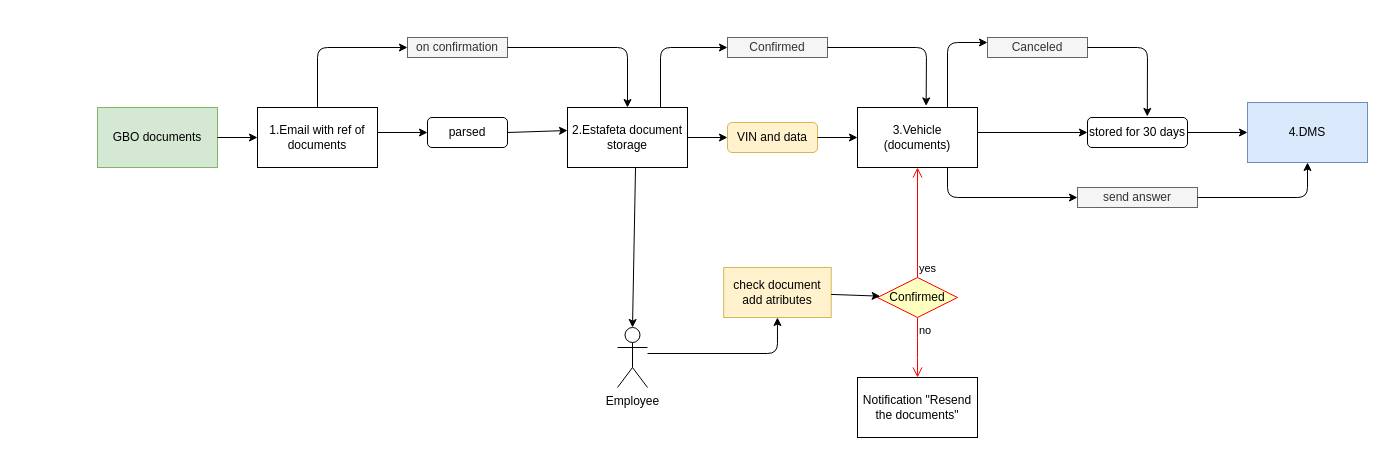
annastazi02/diagrams keeps this draw.io diagram as GBO.drawio. Above is the earlier version. Source tidied: cells renumbered, new cells numbered last; positions are measured from the earlier drawing's top-left corner, leaving out a move shared by most shapes. Both pictures are drawn from the tidied source at 100%, with x=0, y=0 at pixel (97, 37).
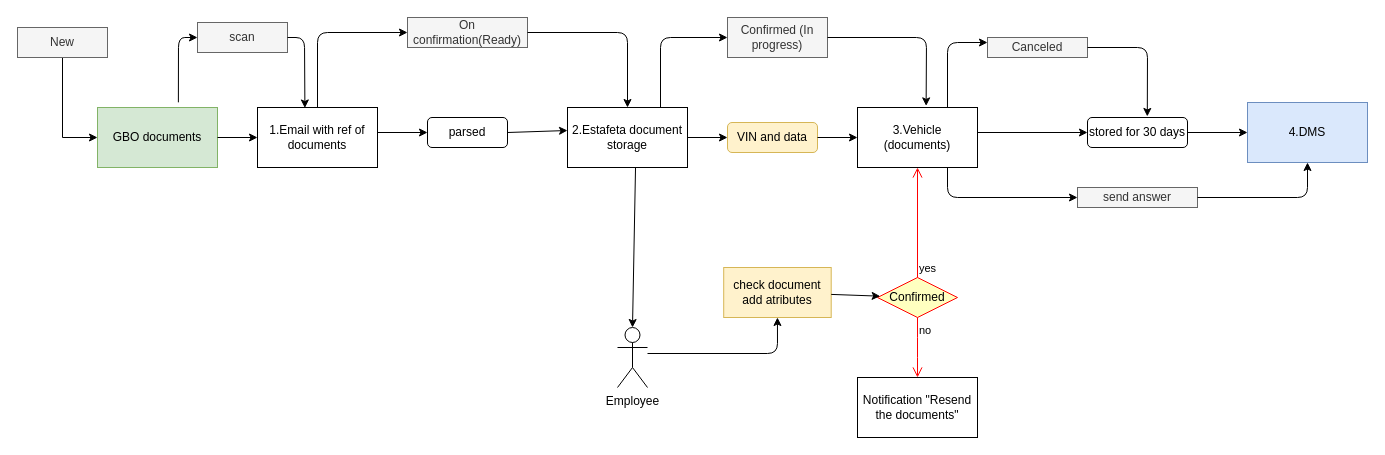
After the change.

Unchanged cells that the change refers to:
```xml
<mxCell id="2" value="GBO documents" style="rounded=0;whiteSpace=wrap;html=1;fillColor=#d5e8d4;strokeColor=#82b366;" parent="1" vertex="1">
  <mxGeometry y="70" width="120" height="60" as="geometry" />
</mxCell>
<mxCell id="3" value="1.Email with ref of documents" style="rounded=0;whiteSpace=wrap;html=1;" parent="1" vertex="1">
  <mxGeometry x="160" y="70" width="120" height="60" as="geometry" />
</mxCell>
<mxCell id="4" value="2.Estafeta document storage" style="rounded=0;whiteSpace=wrap;html=1;" parent="1" vertex="1">
  <mxGeometry x="470" y="70" width="120" height="60" as="geometry" />
</mxCell>
<mxCell id="5" value="3.Vehicle (documents)" style="rounded=0;whiteSpace=wrap;html=1;" parent="1" vertex="1">
  <mxGeometry x="760" y="70" width="120" height="60" as="geometry" />
</mxCell>
```

What changed in the source:
```diff
@@
-    <mxCell id="6" value="on confirmation" style="rounded=0;whiteSpace=wrap;html=1;fillColor=#f5f5f5;strokeColor=#666666;fontColor=#333333;" parent="1" vertex="1">
-      <mxGeometry x="310" width="100" height="20" as="geometry" />
+    <mxCell id="6" value="On confirmation(Ready)" style="rounded=0;whiteSpace=wrap;html=1;fillColor=#f5f5f5;strokeColor=#666666;fontColor=#333333;" parent="1" vertex="1">
+      <mxGeometry x="310" y="-20" width="120" height="30" as="geometry" />
     </mxCell>
-    <mxCell id="7" value="Confirmed" style="rounded=0;whiteSpace=wrap;html=1;fillColor=#f5f5f5;strokeColor=#666666;fontColor=#333333;" parent="1" vertex="1">
-      <mxGeometry x="630" width="100" height="20" as="geometry" />
+    <mxCell id="7" value="Confirmed (In progress)" style="rounded=0;whiteSpace=wrap;html=1;fillColor=#f5f5f5;strokeColor=#666666;fontColor=#333333;" parent="1" vertex="1">
+      <mxGeometry x="630" y="-20" width="100" height="40" as="geometry" />
     </mxCell>
@@
     <mxCell id="9" style="endArrow=classic;html=1;entryX=0;entryY=0.5;entryDx=0;entryDy=0;exitX=0.5;exitY=0;exitDx=0;exitDy=0;" parent="1" edge="1" source="3" target="6">
       <mxGeometry relative="1" as="geometry">
         <Array as="points">
-          <mxPoint x="220" y="10" />
+          <mxPoint x="220" y="-5" />
         </Array>
       </mxGeometry>
     </mxCell>
     <mxCell id="10" style="endArrow=classic;html=1;entryX=0;entryY=0.5;entryDx=0;entryDy=0;" parent="1" edge="1" target="7">
       <mxGeometry relative="1" as="geometry">
         <mxPoint x="563" y="70" as="sourcePoint" />
         <Array as="points">
-          <mxPoint x="563" y="10" />
+          <mxPoint x="563" />
         </Array>
       </mxGeometry>
     </mxCell>
     <mxCell id="11" style="endArrow=classic;html=1;exitX=1;exitY=0.5;exitDx=0;exitDy=0;entryX=0.572;entryY=-0.027;entryDx=0;entryDy=0;entryPerimeter=0;" parent="1" edge="1" source="7" target="5">
       <mxGeometry relative="1" as="geometry">
         <Array as="points">
-          <mxPoint x="829" y="10" />
+          <mxPoint x="829" />
         </Array>
       </mxGeometry>
     </mxCell>
@@
     <mxCell id="15" style="endArrow=classic;html=1;exitX=1;exitY=0.5;exitDx=0;exitDy=0;entryX=0.5;entryY=0;entryDx=0;entryDy=0;" parent="1" edge="1" source="6" target="4">
       <mxGeometry relative="1" as="geometry">
         <Array as="points">
-          <mxPoint x="530" y="10" />
+          <mxPoint x="530" y="-5" />
         </Array>
       </mxGeometry>
     </mxCell>
@@
+    <mxCell id="38" style="edgeStyle=orthogonalEdgeStyle;rounded=0;jettySize=auto;html=1;entryX=0;entryY=0.5;entryDx=0;entryDy=0;" parent="1" edge="1" source="39" target="2">
+      <mxGeometry relative="1" as="geometry" />
+    </mxCell>
+    <mxCell id="39" value="New" style="rounded=0;whiteSpace=wrap;html=1;fillColor=#f5f5f5;strokeColor=#666666;fontColor=#333333;" parent="1" vertex="1">
+      <mxGeometry x="-80" y="-10" width="90" height="30" as="geometry" />
+    </mxCell>
+    <mxCell id="40" value="scan" style="rounded=0;whiteSpace=wrap;html=1;fillColor=#f5f5f5;strokeColor=#666666;fontColor=#333333;" parent="1" vertex="1">
+      <mxGeometry x="100" y="-15" width="90" height="30" as="geometry" />
+    </mxCell>
+    <mxCell id="41" style="endArrow=classic;html=1;exitX=0.674;exitY=-0.086;exitDx=0;exitDy=0;exitPerimeter=0;entryX=0;entryY=0.5;entryDx=0;entryDy=0;" parent="1" edge="1" source="2" target="40">
+      <mxGeometry relative="1" as="geometry">
+        <Array as="points">
+          <mxPoint x="81" />
+        </Array>
+      </mxGeometry>
+    </mxCell>
+    <mxCell id="42" style="endArrow=classic;html=1;exitX=1;exitY=0.5;exitDx=0;exitDy=0;entryX=0.395;entryY=0.008;entryDx=0;entryDy=0;entryPerimeter=0;" parent="1" edge="1" source="40" target="3">
+      <mxGeometry relative="1" as="geometry">
+        <Array as="points">
+          <mxPoint x="207" />
+        </Array>
+      </mxGeometry>
+    </mxCell>
```
